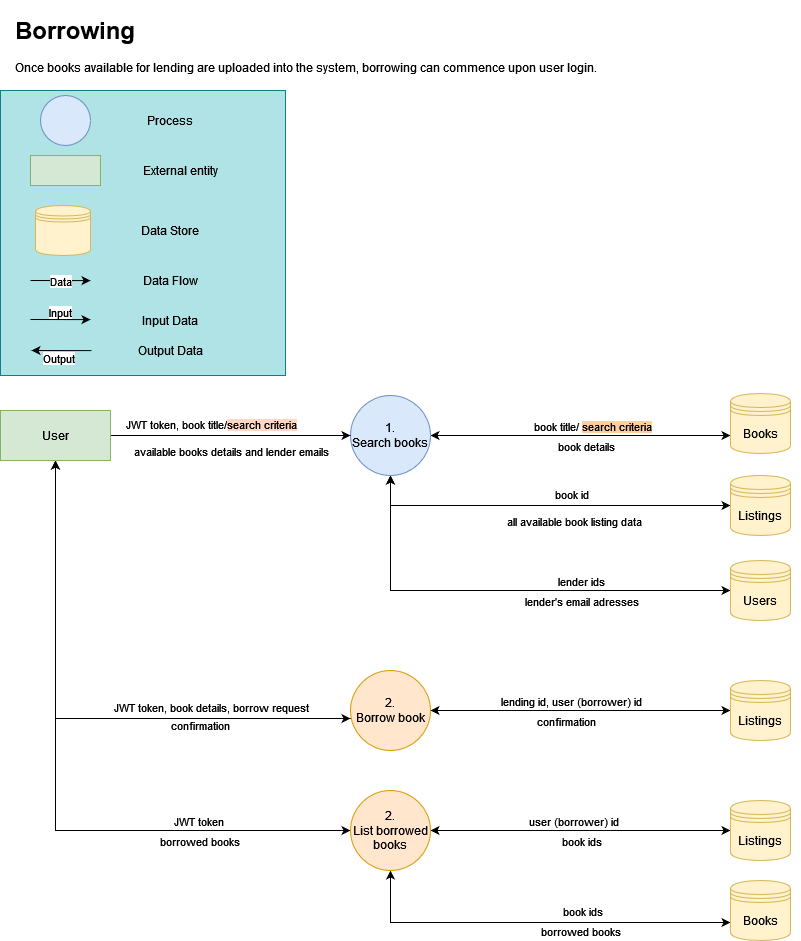
The draw.io diagram docs/borrowing_dfd.drawio.png in KrisztaT/bookswap, before a commit. Source tidied: cells renumbered, new cells last; positions are measured from the earlier drawing's top-left corner, leaving out a move shared by most shapes.
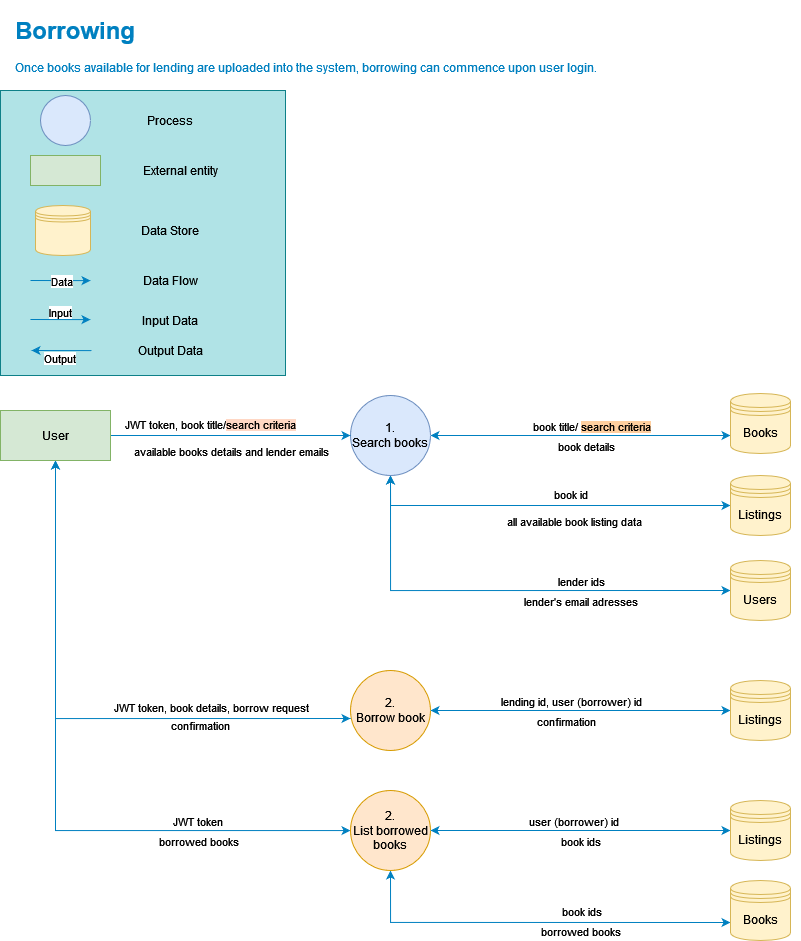
Above is the later version.

Diff of the diagram source:
```diff
@@ -11,7 +11,7 @@
     <mxCell id="4" style="ellipse;whiteSpace=wrap;html=1;fillColor=#dae8fc;strokeColor=#6c8ebf;" parent="1" vertex="1">
       <mxGeometry x="40" y="85" width="50" height="50" as="geometry" />
     </mxCell>
-    <mxCell id="5" style="endArrow=classic;html=1;rounded=0;entryX=0.435;entryY=0.957;entryDx=0;entryDy=0;entryPerimeter=0;" parent="1" edge="1">
+    <mxCell id="5" style="endArrow=classic;html=1;rounded=0;entryX=0.435;entryY=0.957;entryDx=0;entryDy=0;entryPerimeter=0;strokeColor=#0080c0;" parent="1" edge="1">
       <mxGeometry relative="1" as="geometry">
         <mxPoint x="30" y="270" as="sourcePoint" />
         <mxPoint x="90" y="270.1" as="targetPoint" />
@@ -35,7 +35,7 @@
     <mxCell id="11" value="Process" style="text;html=1;strokeColor=none;fillColor=none;align=center;verticalAlign=middle;whiteSpace=wrap;rounded=0;" parent="1" vertex="1">
       <mxGeometry x="140" y="95" width="60" height="30" as="geometry" />
     </mxCell>
-    <mxCell id="12" style="edgeStyle=orthogonalEdgeStyle;rounded=0;jettySize=auto;html=1;entryX=0;entryY=0.7;entryDx=0;entryDy=0;startArrow=classic;startFill=1;" parent="1" edge="1" source="21" target="22">
+    <mxCell id="12" style="edgeStyle=orthogonalEdgeStyle;rounded=0;jettySize=auto;html=1;entryX=0;entryY=0.7;entryDx=0;entryDy=0;startArrow=classic;startFill=1;strokeColor=#0080c0;" parent="1" edge="1" source="21" target="22">
       <mxGeometry relative="1" as="geometry" />
     </mxCell>
     <mxCell id="13" value="book title/ &lt;span style=&quot;background-color: rgb(255, 207, 159);&quot;&gt;search criteria&lt;/span&gt;" style="edgeLabel;html=1;align=center;verticalAlign=middle;" parent="12" vertex="1">
@@ -46,7 +46,7 @@
     <mxCell id="14" value="book details" style="edgeLabel;html=1;align=center;verticalAlign=middle;" parent="12" vertex="1">
       <mxGeometry x="0.03" y="-10" relative="1" as="geometry" />
     </mxCell>
-    <mxCell id="15" style="edgeStyle=orthogonalEdgeStyle;rounded=0;jettySize=auto;html=1;entryX=0;entryY=0.5;entryDx=0;entryDy=0;startArrow=classic;startFill=1;" parent="1" edge="1" source="21" target="44">
+    <mxCell id="15" style="edgeStyle=orthogonalEdgeStyle;rounded=0;jettySize=auto;html=1;entryX=0;entryY=0.5;entryDx=0;entryDy=0;startArrow=classic;startFill=1;strokeColor=#0080c0;" parent="1" edge="1" source="21" target="44">
       <mxGeometry relative="1" as="geometry">
         <Array as="points">
           <mxPoint x="390" y="495" />
@@ -63,7 +63,7 @@
         <mxPoint y="10" as="offset" />
       </mxGeometry>
     </mxCell>
-    <mxCell id="18" style="edgeStyle=orthogonalEdgeStyle;rounded=0;jettySize=auto;html=1;entryX=0;entryY=0.5;entryDx=0;entryDy=0;startArrow=classic;startFill=1;" parent="1" edge="1" source="21" target="45">
+    <mxCell id="18" style="edgeStyle=orthogonalEdgeStyle;rounded=0;jettySize=auto;html=1;entryX=0;entryY=0.5;entryDx=0;entryDy=0;startArrow=classic;startFill=1;strokeColor=#0080c0;" parent="1" edge="1" source="21" target="45">
       <mxGeometry relative="1" as="geometry">
         <Array as="points">
           <mxPoint x="390" y="580" />
@@ -86,7 +86,7 @@
     <mxCell id="22" value="Books" style="shape=datastore;whiteSpace=wrap;html=1;fillColor=#fff2cc;strokeColor=#d6b656;" parent="1" vertex="1">
       <mxGeometry x="730" y="383" width="60" height="60" as="geometry" />
     </mxCell>
-    <mxCell id="23" style="endArrow=classic;html=1;rounded=0;entryX=0.435;entryY=0.957;entryDx=0;entryDy=0;entryPerimeter=0;" parent="1" edge="1">
+    <mxCell id="23" style="endArrow=classic;html=1;rounded=0;entryX=0.435;entryY=0.957;entryDx=0;entryDy=0;entryPerimeter=0;strokeColor=#0080c0;" parent="1" edge="1">
       <mxGeometry relative="1" as="geometry">
         <mxPoint x="30" y="309" as="sourcePoint" />
         <mxPoint x="90" y="309.1" as="targetPoint" />
@@ -97,7 +97,7 @@
         <mxPoint x="-2" y="-8" as="offset" />
       </mxGeometry>
     </mxCell>
-    <mxCell id="25" style="endArrow=none;html=1;rounded=0;entryX=0.435;entryY=0.957;entryDx=0;entryDy=0;entryPerimeter=0;startArrow=classic;startFill=1;endFill=0;" parent="1" edge="1">
+    <mxCell id="25" style="endArrow=none;html=1;rounded=0;entryX=0.435;entryY=0.957;entryDx=0;entryDy=0;entryPerimeter=0;startArrow=classic;startFill=1;endFill=0;strokeColor=#0080c0;" parent="1" edge="1">
       <mxGeometry relative="1" as="geometry">
         <mxPoint x="31" y="340" as="sourcePoint" />
         <mxPoint x="91" y="340.1" as="targetPoint" />
@@ -114,7 +114,7 @@
     <mxCell id="28" value="Output Data" style="text;html=1;strokeColor=none;fillColor=none;align=center;verticalAlign=middle;whiteSpace=wrap;rounded=0;" parent="1" vertex="1">
       <mxGeometry x="130" y="325" width="80" height="30" as="geometry" />
     </mxCell>
-    <mxCell id="29" style="edgeStyle=orthogonalEdgeStyle;rounded=0;jettySize=auto;html=1;entryX=0;entryY=0.5;entryDx=0;entryDy=0;startArrow=classic;startFill=1;" parent="1" edge="1" source="32" target="46">
+    <mxCell id="29" style="edgeStyle=orthogonalEdgeStyle;rounded=0;jettySize=auto;html=1;entryX=0;entryY=0.5;entryDx=0;entryDy=0;startArrow=classic;startFill=1;strokeColor=#0080c0;" parent="1" edge="1" source="32" target="46">
       <mxGeometry relative="1" as="geometry" />
     </mxCell>
     <mxCell id="30" value="lending id, user (borrower) id" style="edgeLabel;html=1;align=center;verticalAlign=middle;" parent="29" vertex="1">
@@ -130,10 +130,10 @@
     <mxCell id="32" value="2.&lt;br&gt;Borrow book" style="ellipse;whiteSpace=wrap;html=1;rounded=0;fillColor=#ffe6cc;strokeColor=#d79b00;" parent="1" vertex="1">
       <mxGeometry x="350" y="660" width="80" height="80" as="geometry" />
     </mxCell>
-    <mxCell id="33" value="&lt;h1&gt;Borrowing&lt;br&gt;&lt;/h1&gt;&lt;p&gt;Once books available for lending are uploaded into the system, borrowing can commence upon user login.&lt;/p&gt;" style="text;html=1;strokeColor=none;fillColor=none;spacing=5;spacingTop=-20;whiteSpace=wrap;overflow=hidden;rounded=0;" parent="1" vertex="1">
+    <mxCell id="33" value="&lt;h1&gt;Borrowing&lt;br&gt;&lt;/h1&gt;&lt;p&gt;Once books available for lending are uploaded into the system, borrowing can commence upon user login.&lt;/p&gt;" style="text;html=1;strokeColor=none;fillColor=none;spacing=5;spacingTop=-20;whiteSpace=wrap;overflow=hidden;rounded=0;fontColor=#0080c0;" parent="1" vertex="1">
       <mxGeometry x="10" width="790" height="70" as="geometry" />
     </mxCell>
-    <mxCell id="34" style="edgeStyle=orthogonalEdgeStyle;rounded=0;jettySize=auto;html=1;entryX=0;entryY=0.5;entryDx=0;entryDy=0;" parent="1" edge="1" source="43" target="21">
+    <mxCell id="34" style="edgeStyle=orthogonalEdgeStyle;rounded=0;jettySize=auto;html=1;entryX=0;entryY=0.5;entryDx=0;entryDy=0;strokeColor=#0080c0;" parent="1" edge="1" source="43" target="21">
       <mxGeometry relative="1" as="geometry" />
     </mxCell>
     <mxCell id="35" value="JWT token, book title/&lt;span style=&quot;background-color: rgb(255, 215, 196);&quot;&gt;search criteria&lt;/span&gt;" style="edgeLabel;html=1;align=center;verticalAlign=middle;" parent="34" vertex="1">
@@ -146,7 +146,7 @@
         <mxPoint x="6" y="11" as="offset" />
       </mxGeometry>
     </mxCell>
-    <mxCell id="37" style="edgeStyle=orthogonalEdgeStyle;rounded=0;jettySize=auto;html=1;entryX=0;entryY=0.6;entryDx=0;entryDy=0;entryPerimeter=0;startArrow=classic;startFill=1;" parent="1" edge="1" source="43" target="32">
+    <mxCell id="37" style="edgeStyle=orthogonalEdgeStyle;rounded=0;jettySize=auto;html=1;entryX=0;entryY=0.6;entryDx=0;entryDy=0;entryPerimeter=0;startArrow=classic;startFill=1;strokeColor=#0080c0;" parent="1" edge="1" source="43" target="32">
       <mxGeometry relative="1" as="geometry">
         <Array as="points">
           <mxPoint x="55" y="708" />
@@ -161,7 +161,7 @@
     <mxCell id="39" value="confirmation" style="edgeLabel;html=1;align=center;verticalAlign=middle;" parent="37" vertex="1">
       <mxGeometry x="0.45" y="-6" relative="1" as="geometry" />
     </mxCell>
-    <mxCell id="40" style="edgeStyle=orthogonalEdgeStyle;rounded=0;jettySize=auto;html=1;startArrow=classic;startFill=1;" parent="1" edge="1" source="43" target="53">
+    <mxCell id="40" style="edgeStyle=orthogonalEdgeStyle;rounded=0;jettySize=auto;html=1;startArrow=classic;startFill=1;strokeColor=#0080c0;" parent="1" edge="1" source="43" target="53">
       <mxGeometry relative="1" as="geometry">
         <Array as="points">
           <mxPoint x="55" y="820" />
@@ -190,7 +190,7 @@
     <mxCell id="46" value="Listings" style="shape=datastore;whiteSpace=wrap;html=1;fillColor=#fff2cc;strokeColor=#d6b656;" parent="1" vertex="1">
       <mxGeometry x="730" y="670" width="60" height="60" as="geometry" />
     </mxCell>
-    <mxCell id="47" style="edgeStyle=orthogonalEdgeStyle;rounded=0;jettySize=auto;html=1;startArrow=classic;startFill=1;" parent="1" edge="1" source="53" target="54">
+    <mxCell id="47" style="edgeStyle=orthogonalEdgeStyle;rounded=0;jettySize=auto;html=1;startArrow=classic;startFill=1;strokeColor=#0080c0;" parent="1" edge="1" source="53" target="54">
       <mxGeometry relative="1" as="geometry" />
     </mxCell>
     <mxCell id="48" value="user (borrower) id" style="edgeLabel;html=1;align=center;verticalAlign=middle;" parent="47" vertex="1">
@@ -203,7 +203,7 @@
         <mxPoint x="-1" y="11" as="offset" />
       </mxGeometry>
     </mxCell>
-    <mxCell id="50" style="edgeStyle=orthogonalEdgeStyle;rounded=0;jettySize=auto;html=1;entryX=0;entryY=0.7;entryDx=0;entryDy=0;startArrow=classic;startFill=1;" parent="1" edge="1" source="53" target="55">
+    <mxCell id="50" style="edgeStyle=orthogonalEdgeStyle;rounded=0;jettySize=auto;html=1;entryX=0;entryY=0.7;entryDx=0;entryDy=0;startArrow=classic;startFill=1;strokeColor=#0080c0;" parent="1" edge="1" source="53" target="55">
       <mxGeometry relative="1" as="geometry">
         <Array as="points">
           <mxPoint x="390" y="912" />
```
